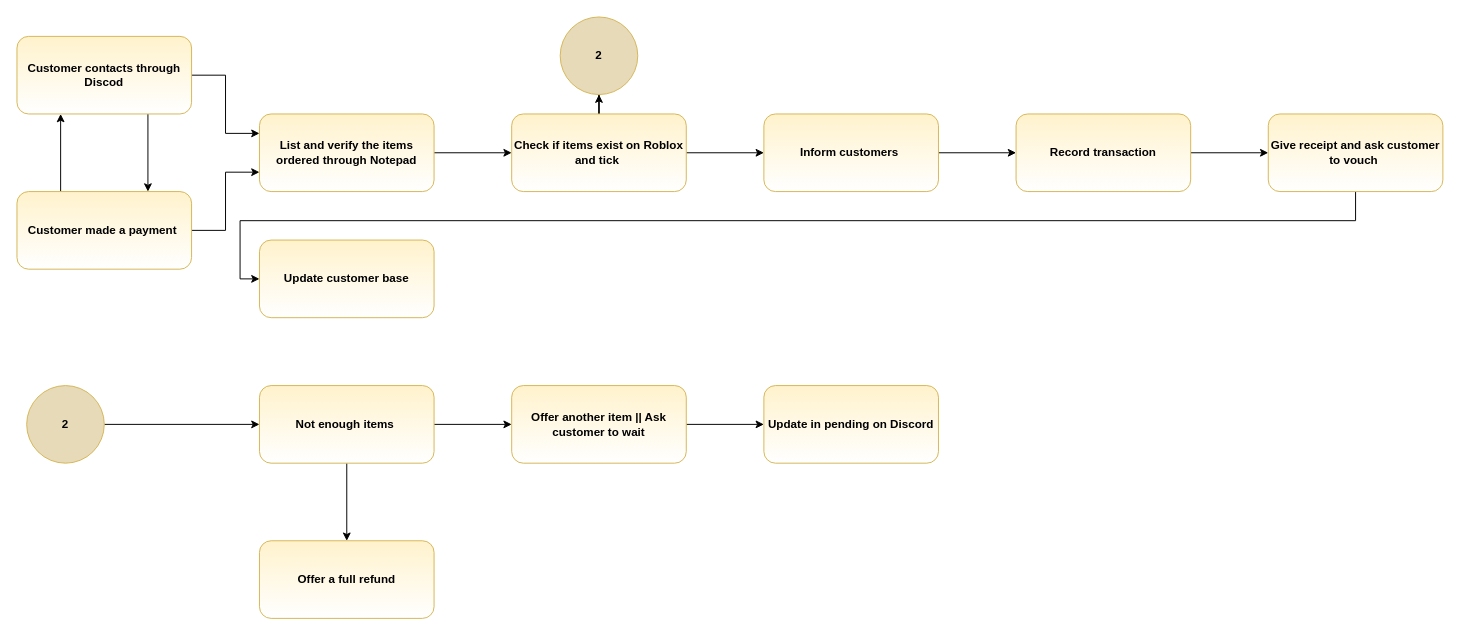
Earlier version of the draw.io diagram Flowchartforbusiness.drawio (dbarif/Diagrams.netd_b). Source tidied: cells renumbered, new cells numbered last; positions are measured from the earlier drawing's top-left corner, leaving out a move shared by most shapes. Both pictures are drawn from the tidied source at 97%, with x=0, y=0 at pixel (16, 16).
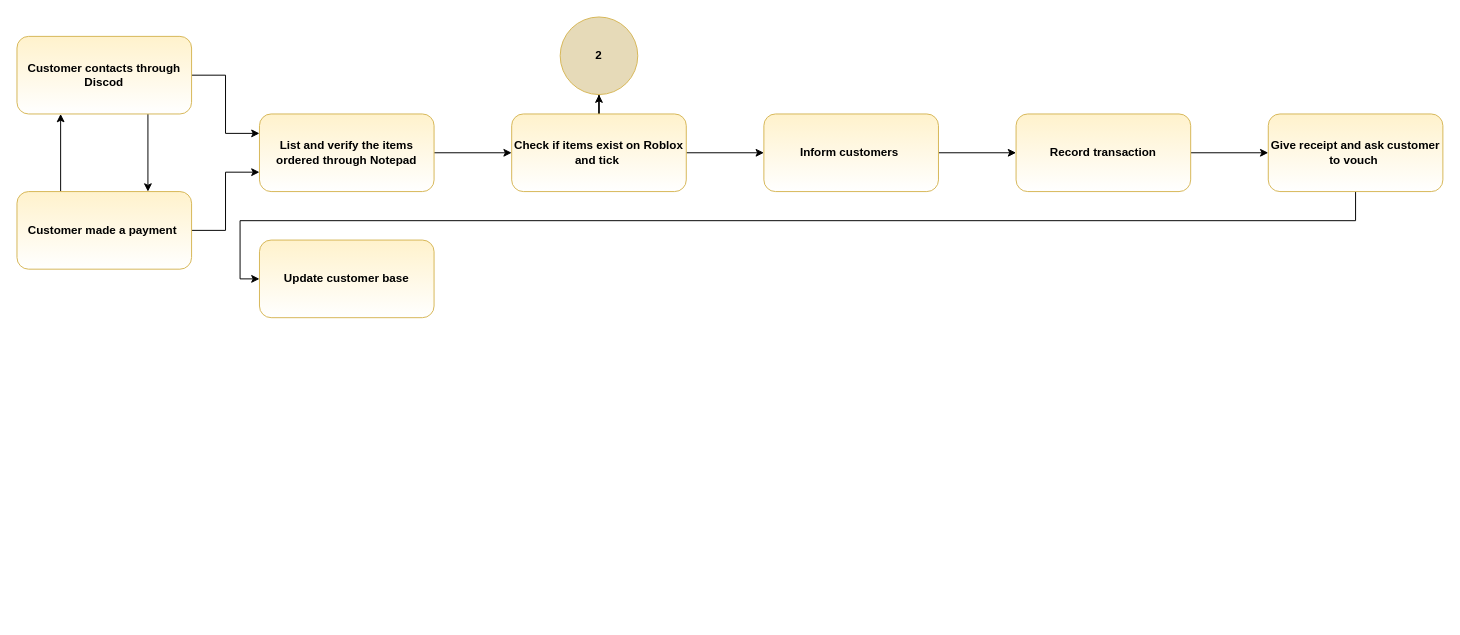
Above is the later version.

What changed in the source:
```diff
@@
-    <mxCell id="15" style="edgeStyle=orthogonalEdgeStyle;rounded=0;jettySize=auto;html=1;entryX=0;entryY=0.5;entryDx=0;entryDy=0;" parent="1" edge="1" source="17" target="19">
-      <mxGeometry relative="1" as="geometry" />
-    </mxCell>
-    <mxCell id="16" style="edgeStyle=orthogonalEdgeStyle;rounded=0;jettySize=auto;html=1;" parent="1" edge="1" source="17" target="21">
-      <mxGeometry relative="1" as="geometry" />
-    </mxCell>
-    <mxCell id="17" value="Not enough items&amp;nbsp;" style="rounded=1;whiteSpace=wrap;html=1;fontSize=12;glass=0;strokeWidth=1;shadow=0;fontStyle=1;strokeColor=#d6b656;align=center;verticalAlign=middle;fontFamily=Helvetica;fontColor=default;fillColor=#fff2cc;gradientColor=#FFFFFF;" parent="1" vertex="1">
-      <mxGeometry x="250" y="380" width="180" height="80" as="geometry" />
-    </mxCell>
-    <mxCell id="18" style="edgeStyle=orthogonalEdgeStyle;rounded=0;jettySize=auto;html=1;" parent="1" edge="1" source="19" target="20">
-      <mxGeometry relative="1" as="geometry" />
-    </mxCell>
-    <mxCell id="19" value="Offer another item || Ask customer to wait" style="rounded=1;whiteSpace=wrap;html=1;fontSize=12;glass=0;strokeWidth=1;shadow=0;fontStyle=1;strokeColor=#d6b656;align=center;verticalAlign=middle;fontFamily=Helvetica;fontColor=default;fillColor=#fff2cc;gradientColor=#FFFFFF;" parent="1" vertex="1">
-      <mxGeometry x="510" y="380" width="180" height="80" as="geometry" />
-    </mxCell>
-    <mxCell id="20" value="Update in pending on Discord" style="rounded=1;whiteSpace=wrap;html=1;fontSize=12;glass=0;strokeWidth=1;shadow=0;fontStyle=1;strokeColor=#d6b656;align=center;verticalAlign=middle;fontFamily=Helvetica;fontColor=default;fillColor=#fff2cc;gradientColor=#FFFFFF;" parent="1" vertex="1">
-      <mxGeometry x="770" y="380" width="180" height="80" as="geometry" />
-    </mxCell>
-    <mxCell id="21" value="Offer a full refund" style="rounded=1;whiteSpace=wrap;html=1;fontSize=12;glass=0;strokeWidth=1;shadow=0;fontStyle=1;strokeColor=#d6b656;align=center;verticalAlign=middle;fontFamily=Helvetica;fontColor=default;fillColor=#fff2cc;gradientColor=#FFFFFF;" parent="1" vertex="1">
-      <mxGeometry x="250" y="540" width="180" height="80" as="geometry" />
-    </mxCell>
@@
-    <mxCell id="23" style="edgeStyle=orthogonalEdgeStyle;rounded=0;jettySize=auto;html=1;" parent="1" edge="1" source="24" target="17">
-      <mxGeometry relative="1" as="geometry" />
-    </mxCell>
-    <mxCell id="24" value="2" style="ellipse;whiteSpace=wrap;html=1;fontStyle=1;rounded=1;shadow=0;glass=0;strokeColor=#d6b656;strokeWidth=1;align=center;verticalAlign=middle;fontFamily=Helvetica;fontSize=12;fontColor=default;fillColor=#E6DAB8;gradientColor=none;" parent="1" vertex="1">
-      <mxGeometry x="10" y="380" width="80" height="80" as="geometry" />
-    </mxCell>
```
